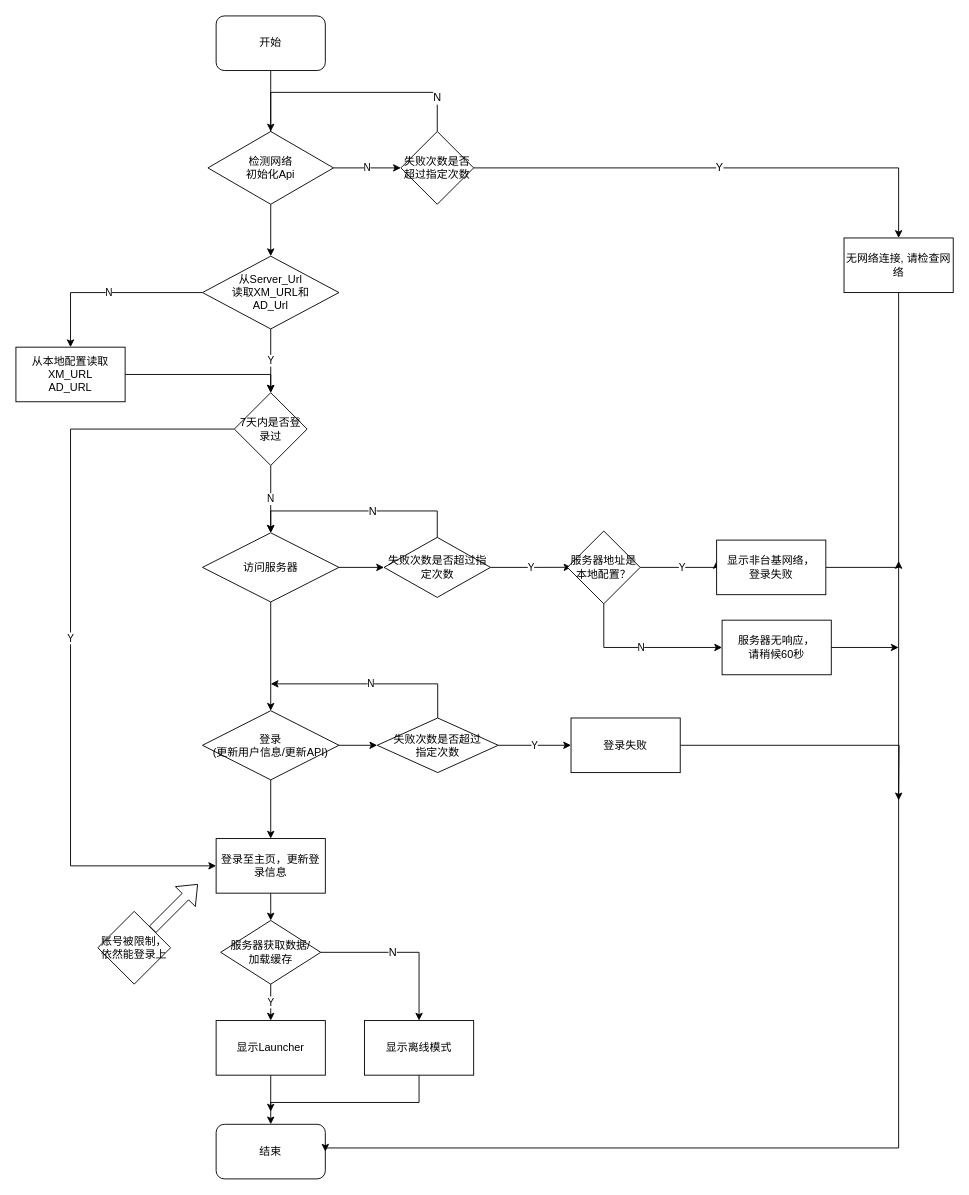
honghonglhh2018/ThinkingFlowChart keeps this draw.io diagram as XMediaTv_New_Login.drawio. Above is the earlier version. Source tidied: cells renumbered, new cells numbered last; positions are measured from the earlier drawing's top-left corner, leaving out a move shared by most shapes. Both pictures are drawn from the tidied source at 91%, with x=0, y=0 at pixel (15, 15).
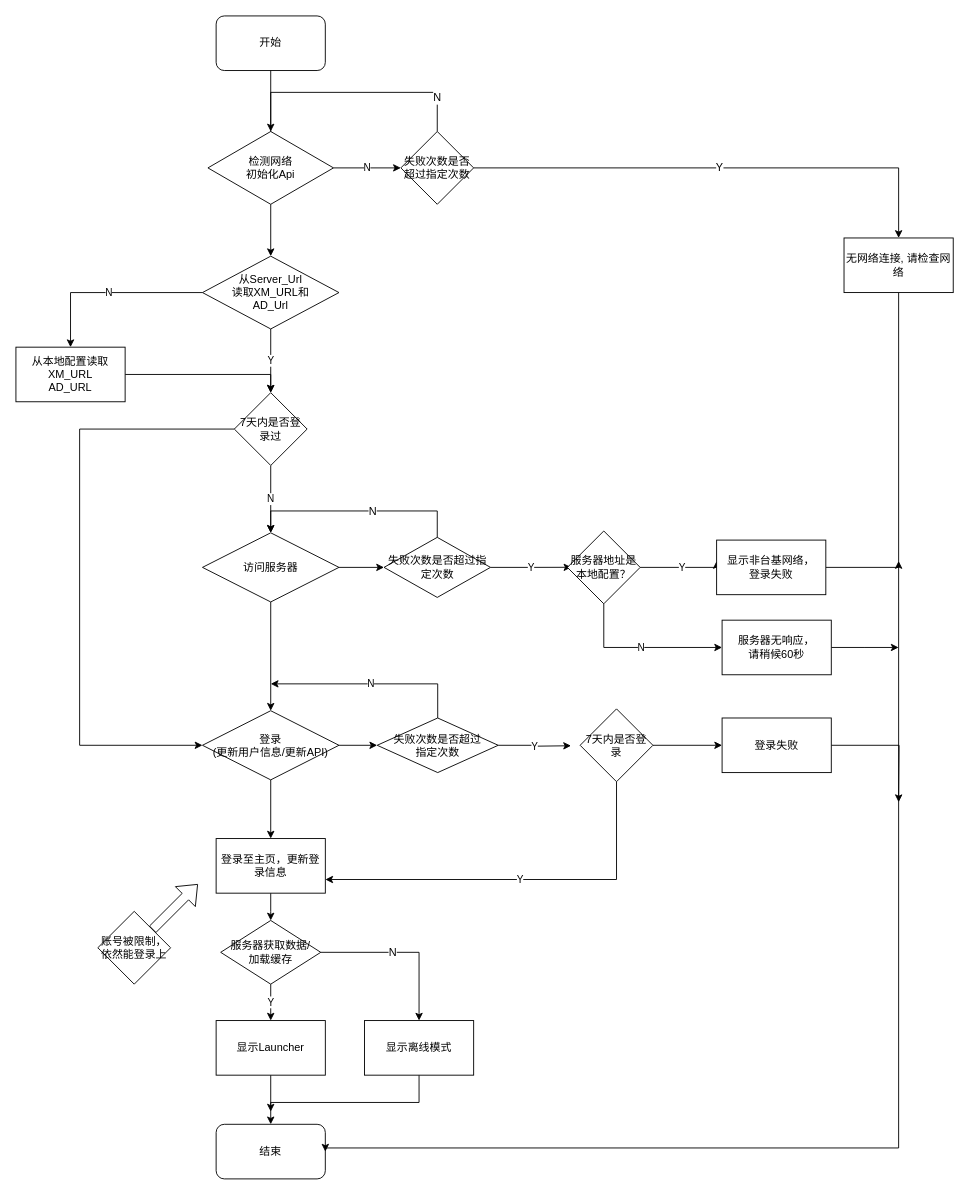
After the change.

Unchanged cells that the change refers to:
```xml
<mxCell id="16" value="登录&lt;br&gt;(更新用户信息/更新API)" style="rhombus;whiteSpace=wrap;html=1;" parent="1" vertex="1">
  <mxGeometry x="205" y="763.5" width="150" height="76" as="geometry" />
</mxCell>
<mxCell id="19" value="失败次数是否超过&lt;br&gt;指定次数" style="rhombus;whiteSpace=wrap;html=1;" parent="1" vertex="1">
  <mxGeometry x="397" y="771.5" width="133" height="60" as="geometry" />
</mxCell>
<mxCell id="30" value="7天内是否登录过" style="rhombus;whiteSpace=wrap;html=1;" parent="1" vertex="1">
  <mxGeometry x="240" y="414" width="80" height="80" as="geometry" />
</mxCell>
<mxCell id="32" value="登录至主页，更新登录信息" style="rounded=0;whiteSpace=wrap;html=1;" parent="1" vertex="1">
  <mxGeometry x="220" y="904" width="120" height="60" as="geometry" />
</mxCell>
```

What changed in the source:
```diff
@@
-    <mxCell id="18" value="Y" style="edgeStyle=orthogonalEdgeStyle;rounded=0;jettySize=auto;html=1;entryX=0;entryY=0.5;entryDx=0;entryDy=0;" parent="1" edge="1" source="19" target="27">
-      <mxGeometry relative="1" as="geometry" />
+    <mxCell id="18" value="Y" style="edgeStyle=orthogonalEdgeStyle;rounded=0;jettySize=auto;html=1;entryX=0;entryY=0.5;entryDx=0;entryDy=0;" parent="1" edge="1" source="19">
+      <mxGeometry relative="1" as="geometry">
+        <mxPoint x="610" y="802" as="targetPoint" />
+      </mxGeometry>
     </mxCell>
@@
-    <mxCell id="26" style="edgeStyle=orthogonalEdgeStyle;rounded=0;jettySize=auto;html=1;exitX=1;exitY=0.5;exitDx=0;exitDy=0;" parent="1" edge="1" source="27">
-      <mxGeometry relative="1" as="geometry">
-        <mxPoint x="970" y="862" as="targetPoint" />
-      </mxGeometry>
-    </mxCell>
-    <mxCell id="27" value="登录失败" style="rounded=0;whiteSpace=wrap;html=1;" parent="1" vertex="1">
-      <mxGeometry x="610" y="771.5" width="120" height="60" as="geometry" />
-    </mxCell>
-    <mxCell id="28" value="Y" style="edgeStyle=orthogonalEdgeStyle;rounded=0;jettySize=auto;html=1;exitX=0;exitY=0.5;exitDx=0;exitDy=0;" parent="1" edge="1" source="30" target="32">
-      <mxGeometry relative="1" as="geometry">
-        <Array as="points">
-          <mxPoint x="60" y="454" />
-          <mxPoint x="60" y="934" />
-        </Array>
-      </mxGeometry>
-    </mxCell>
@@
+    <mxCell id="57" style="edgeStyle=orthogonalEdgeStyle;rounded=0;jettySize=auto;html=1;entryX=0;entryY=0.5;entryDx=0;entryDy=0;" parent="1" edge="1" source="30" target="16">
+      <mxGeometry relative="1" as="geometry">
+        <Array as="points">
+          <mxPoint x="70" y="454" />
+          <mxPoint x="70" y="802" />
+        </Array>
+      </mxGeometry>
+    </mxCell>
@@
+    <mxCell id="28" value="Y" style="edgeStyle=orthogonalEdgeStyle;rounded=0;jettySize=auto;html=1;entryX=1;entryY=0.75;entryDx=0;entryDy=0;" parent="1" edge="1" source="59" target="32">
+      <mxGeometry relative="1" as="geometry">
+        <Array as="points">
+          <mxPoint x="660" y="949" />
+        </Array>
+      </mxGeometry>
+    </mxCell>
+    <mxCell id="58" style="edgeStyle=orthogonalEdgeStyle;rounded=0;jettySize=auto;html=1;" parent="1" edge="1" source="59" target="27">
+      <mxGeometry relative="1" as="geometry" />
+    </mxCell>
+    <mxCell id="59" value="7天内是否登录" style="rhombus;whiteSpace=wrap;html=1;" parent="1" vertex="1">
+      <mxGeometry x="620" y="761.5" width="80" height="80" as="geometry" />
+    </mxCell>
+    <mxCell id="60" style="edgeStyle=orthogonalEdgeStyle;rounded=0;jettySize=auto;html=1;" parent="1" edge="1" source="27">
+      <mxGeometry relative="1" as="geometry">
+        <mxPoint x="970" y="864" as="targetPoint" />
+      </mxGeometry>
+    </mxCell>
+    <mxCell id="27" value="登录失败" style="rounded=0;whiteSpace=wrap;html=1;" parent="1" vertex="1">
+      <mxGeometry x="776" y="771.5" width="120" height="60" as="geometry" />
+    </mxCell>
```
